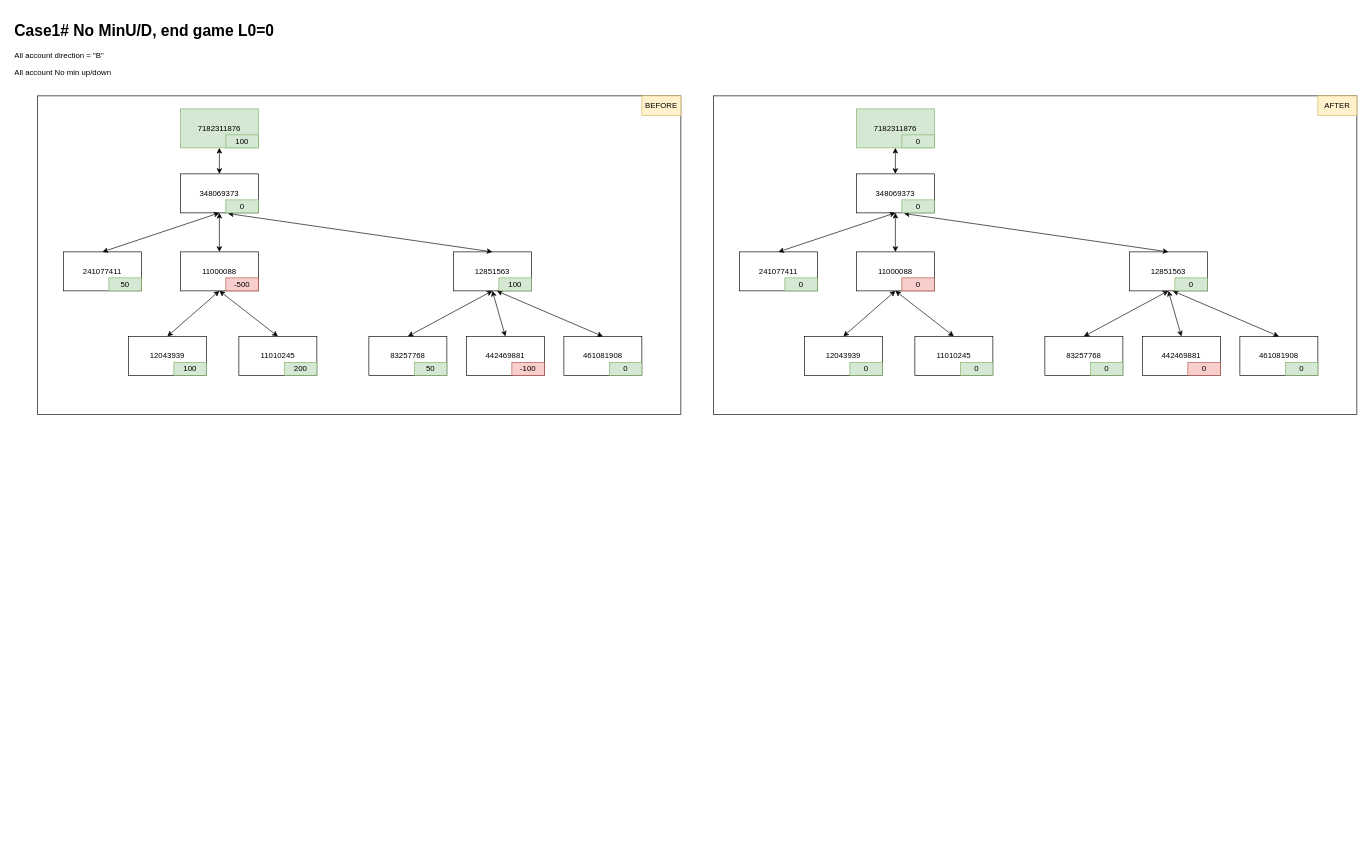
Before: page "Testing" (2 of 2) of PCBBIZ_SweepInvestment.drawio in chawaratr/drawio, a draw.io diagram. Source tidied: cells renumbered, new cells numbered last; positions are measured from the earlier drawing's top-left corner, leaving out a move shared by most shapes. Both pictures are drawn from the tidied source at 65%, with x=0, y=0 at pixel (11, 18).
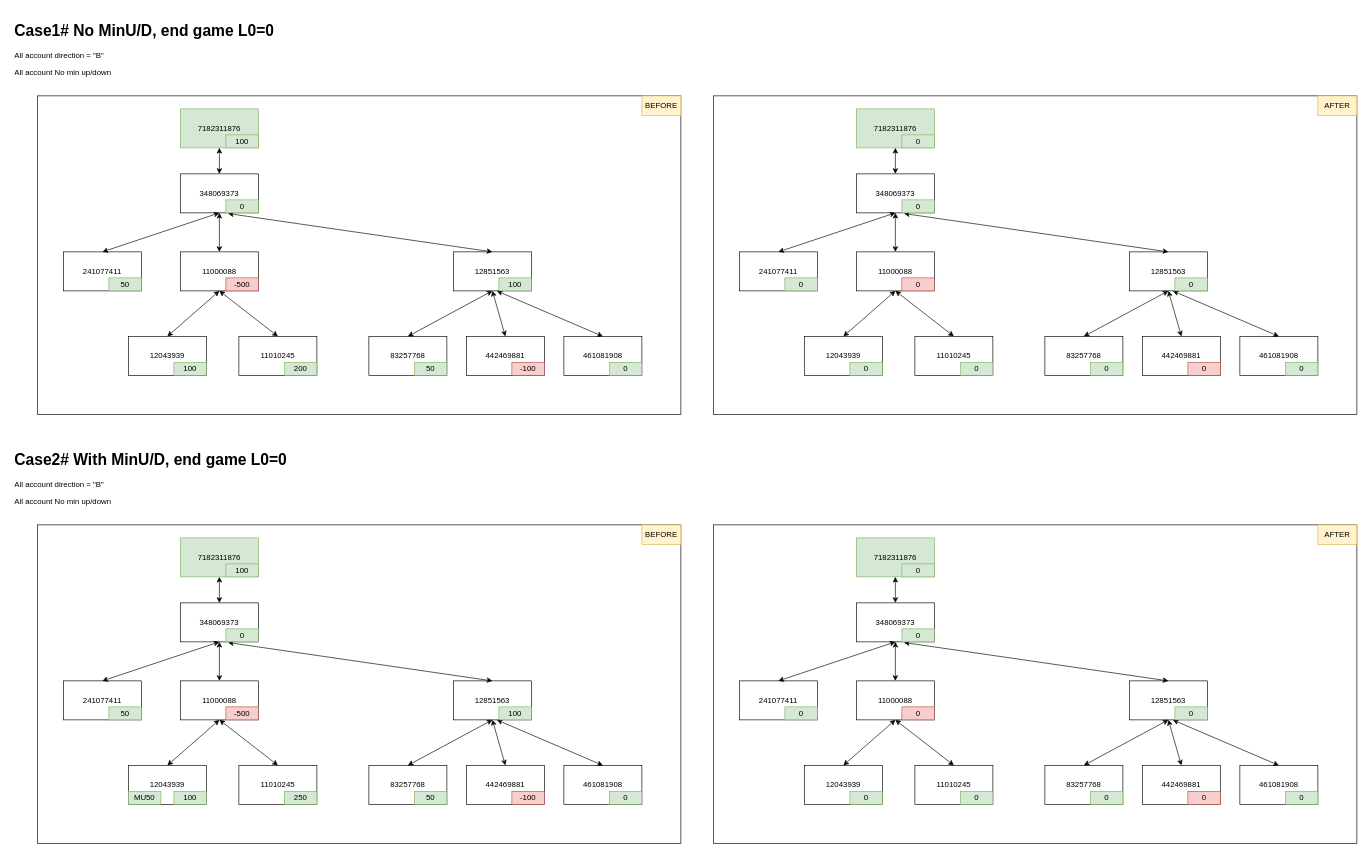
The same diagram, later.

Diff of the diagram source:
```diff
@@
+    <mxCell id="65" style="rounded=0;whiteSpace=wrap;html=1;horizontal=1;verticalAlign=middle;labelPosition=center;verticalLabelPosition=middle;align=center;" parent="1" vertex="1">
+      <mxGeometry x="40" y="780" width="990" height="490" as="geometry" />
+    </mxCell>
+    <mxCell id="66" value="7182311876" style="rounded=0;whiteSpace=wrap;html=1;fillColor=#d5e8d4;strokeColor=#82b366;" parent="1" vertex="1">
+      <mxGeometry x="260" y="800" width="120" height="60" as="geometry" />
+    </mxCell>
+    <mxCell id="67" value="348069373" style="rounded=0;whiteSpace=wrap;html=1;" parent="1" vertex="1">
+      <mxGeometry x="260" y="900" width="120" height="60" as="geometry" />
+    </mxCell>
+    <mxCell id="68" value="241077411" style="rounded=0;whiteSpace=wrap;html=1;" parent="1" vertex="1">
+      <mxGeometry x="80" y="1020" width="120" height="60" as="geometry" />
+    </mxCell>
+    <mxCell id="69" value="11000088" style="rounded=0;whiteSpace=wrap;html=1;" parent="1" vertex="1">
+      <mxGeometry x="260" y="1020" width="120" height="60" as="geometry" />
+    </mxCell>
+    <mxCell id="70" value="12851563" style="rounded=0;whiteSpace=wrap;html=1;" parent="1" vertex="1">
+      <mxGeometry x="680" y="1020" width="120" height="60" as="geometry" />
+    </mxCell>
+    <mxCell id="71" value="12043939" style="rounded=0;whiteSpace=wrap;html=1;" parent="1" vertex="1">
+      <mxGeometry x="180" y="1150" width="120" height="60" as="geometry" />
+    </mxCell>
+    <mxCell id="72" value="11010245" style="rounded=0;whiteSpace=wrap;html=1;" parent="1" vertex="1">
+      <mxGeometry x="350" y="1150" width="120" height="60" as="geometry" />
+    </mxCell>
+    <mxCell id="73" value="83257768" style="rounded=0;whiteSpace=wrap;html=1;" parent="1" vertex="1">
+      <mxGeometry x="550" y="1150" width="120" height="60" as="geometry" />
+    </mxCell>
+    <mxCell id="74" value="442469881" style="rounded=0;whiteSpace=wrap;html=1;" parent="1" vertex="1">
+      <mxGeometry x="700" y="1150" width="120" height="60" as="geometry" />
+    </mxCell>
+    <mxCell id="75" value="461081908" style="rounded=0;whiteSpace=wrap;html=1;" parent="1" vertex="1">
+      <mxGeometry x="850" y="1150" width="120" height="60" as="geometry" />
+    </mxCell>
+    <mxCell id="76" style="endArrow=classic;startArrow=classic;html=1;rounded=0;exitX=0.5;exitY=0;exitDx=0;exitDy=0;entryX=0.5;entryY=1;entryDx=0;entryDy=0;" parent="1" edge="1" target="69">
+      <mxGeometry relative="1" as="geometry">
+        <mxPoint x="240" y="1150" as="sourcePoint" />
+      </mxGeometry>
+    </mxCell>
+    <mxCell id="77" style="endArrow=classic;startArrow=classic;html=1;rounded=0;exitX=0.5;exitY=0;exitDx=0;exitDy=0;entryX=0.5;entryY=1;entryDx=0;entryDy=0;" parent="1" edge="1" source="72" target="69">
+      <mxGeometry relative="1" as="geometry" />
+    </mxCell>
+    <mxCell id="78" style="endArrow=classic;startArrow=classic;html=1;rounded=0;exitX=0.5;exitY=0;exitDx=0;exitDy=0;entryX=0.5;entryY=1;entryDx=0;entryDy=0;" parent="1" edge="1" source="68" target="67">
+      <mxGeometry relative="1" as="geometry" />
+    </mxCell>
+    <mxCell id="79" style="endArrow=classic;startArrow=classic;html=1;rounded=0;exitX=0.5;exitY=0;exitDx=0;exitDy=0;entryX=0.5;entryY=1;entryDx=0;entryDy=0;" parent="1" edge="1" source="69" target="67">
+      <mxGeometry relative="1" as="geometry" />
+    </mxCell>
+    <mxCell id="80" style="endArrow=classic;startArrow=classic;html=1;rounded=0;exitX=0.5;exitY=0;exitDx=0;exitDy=0;entryX=0.5;entryY=1;entryDx=0;entryDy=0;" parent="1" edge="1" source="73" target="70">
+      <mxGeometry relative="1" as="geometry" />
+    </mxCell>
+    <mxCell id="81" style="endArrow=classic;startArrow=classic;html=1;rounded=0;exitX=0.5;exitY=0;exitDx=0;exitDy=0;" parent="1" edge="1" source="74">
+      <mxGeometry relative="1" as="geometry">
+        <mxPoint x="740" y="1080" as="targetPoint" />
+      </mxGeometry>
+    </mxCell>
+    <mxCell id="82" style="endArrow=classic;startArrow=classic;html=1;rounded=0;exitX=0.5;exitY=0;exitDx=0;exitDy=0;entryX=0.558;entryY=1.002;entryDx=0;entryDy=0;entryPerimeter=0;" parent="1" edge="1" source="75" target="70">
+      <mxGeometry relative="1" as="geometry" />
+    </mxCell>
+    <mxCell id="83" style="endArrow=classic;startArrow=classic;html=1;rounded=0;exitX=0.611;exitY=1.017;exitDx=0;exitDy=0;entryX=0.5;entryY=0;entryDx=0;entryDy=0;exitPerimeter=0;" parent="1" edge="1" source="67" target="70">
+      <mxGeometry relative="1" as="geometry" />
+    </mxCell>
+    <mxCell id="84" style="endArrow=classic;startArrow=classic;html=1;rounded=0;exitX=0.5;exitY=1;exitDx=0;exitDy=0;" parent="1" edge="1" source="66" target="67">
+      <mxGeometry relative="1" as="geometry" />
+    </mxCell>
+    <mxCell id="85" value="50" style="text;html=1;strokeColor=#82b366;fillColor=#d5e8d4;align=center;verticalAlign=middle;whiteSpace=wrap;rounded=0;" parent="1" vertex="1">
+      <mxGeometry x="150" y="1060" width="50" height="20" as="geometry" />
+    </mxCell>
+    <mxCell id="86" value="100" style="text;html=1;strokeColor=#82b366;fillColor=#d5e8d4;align=center;verticalAlign=middle;whiteSpace=wrap;rounded=0;" parent="1" vertex="1">
+      <mxGeometry x="250" y="1190" width="50" height="20" as="geometry" />
+    </mxCell>
+    <mxCell id="87" value="-500" style="text;html=1;strokeColor=#b85450;fillColor=#f8cecc;align=center;verticalAlign=middle;whiteSpace=wrap;rounded=0;" parent="1" vertex="1">
+      <mxGeometry x="330" y="1060" width="50" height="20" as="geometry" />
+    </mxCell>
+    <mxCell id="88" value="250" style="text;html=1;strokeColor=#82b366;fillColor=#d5e8d4;align=center;verticalAlign=middle;whiteSpace=wrap;rounded=0;" parent="1" vertex="1">
+      <mxGeometry x="420" y="1190" width="50" height="20" as="geometry" />
+    </mxCell>
+    <mxCell id="89" value="50" style="text;html=1;strokeColor=#82b366;fillColor=#d5e8d4;align=center;verticalAlign=middle;whiteSpace=wrap;rounded=0;" parent="1" vertex="1">
+      <mxGeometry x="620" y="1190" width="50" height="20" as="geometry" />
+    </mxCell>
+    <mxCell id="90" value="100" style="text;html=1;strokeColor=#82b366;fillColor=#d5e8d4;align=center;verticalAlign=middle;whiteSpace=wrap;rounded=0;" parent="1" vertex="1">
+      <mxGeometry x="750" y="1060" width="50" height="20" as="geometry" />
+    </mxCell>
+    <mxCell id="91" value="-100" style="text;html=1;strokeColor=#b85450;fillColor=#f8cecc;align=center;verticalAlign=middle;whiteSpace=wrap;rounded=0;" parent="1" vertex="1">
+      <mxGeometry x="770" y="1190" width="50" height="20" as="geometry" />
+    </mxCell>
+    <mxCell id="92" value="0" style="text;html=1;strokeColor=#82b366;fillColor=#d5e8d4;align=center;verticalAlign=middle;whiteSpace=wrap;rounded=0;" parent="1" vertex="1">
+      <mxGeometry x="920" y="1190" width="50" height="20" as="geometry" />
+    </mxCell>
+    <mxCell id="93" value="0" style="text;html=1;strokeColor=#82b366;fillColor=#d5e8d4;align=center;verticalAlign=middle;whiteSpace=wrap;rounded=0;" parent="1" vertex="1">
+      <mxGeometry x="330" y="940" width="50" height="20" as="geometry" />
+    </mxCell>
+    <mxCell id="94" value="100" style="text;html=1;strokeColor=#82b366;fillColor=#d5e8d4;align=center;verticalAlign=middle;whiteSpace=wrap;rounded=0;" parent="1" vertex="1">
+      <mxGeometry x="330" y="840" width="50" height="20" as="geometry" />
+    </mxCell>
+    <mxCell id="95" value="&lt;h1&gt;Case2# With MinU/D, end game L0=0&lt;/h1&gt;&lt;p&gt;All account direction = &quot;B&quot;&lt;/p&gt;&lt;p&gt;All account No min up/down&lt;/p&gt;" style="text;html=1;strokeColor=none;fillColor=none;spacing=5;spacingTop=-20;whiteSpace=wrap;overflow=hidden;rounded=0;" parent="1" vertex="1">
+      <mxGeometry y="660" width="440" height="120" as="geometry" />
+    </mxCell>
+    <mxCell id="96" style="rounded=0;whiteSpace=wrap;html=1;" parent="1" vertex="1">
+      <mxGeometry x="1080" y="780" width="990" height="490" as="geometry" />
+    </mxCell>
+    <mxCell id="97" value="7182311876" style="rounded=0;whiteSpace=wrap;html=1;fillColor=#d5e8d4;strokeColor=#82b366;" parent="1" vertex="1">
+      <mxGeometry x="1300" y="800" width="120" height="60" as="geometry" />
+    </mxCell>
+    <mxCell id="98" value="348069373" style="rounded=0;whiteSpace=wrap;html=1;" parent="1" vertex="1">
+      <mxGeometry x="1300" y="900" width="120" height="60" as="geometry" />
+    </mxCell>
+    <mxCell id="99" value="241077411" style="rounded=0;whiteSpace=wrap;html=1;" parent="1" vertex="1">
+      <mxGeometry x="1120" y="1020" width="120" height="60" as="geometry" />
+    </mxCell>
+    <mxCell id="100" value="11000088" style="rounded=0;whiteSpace=wrap;html=1;" parent="1" vertex="1">
+      <mxGeometry x="1300" y="1020" width="120" height="60" as="geometry" />
+    </mxCell>
+    <mxCell id="101" value="12851563" style="rounded=0;whiteSpace=wrap;html=1;" parent="1" vertex="1">
+      <mxGeometry x="1720" y="1020" width="120" height="60" as="geometry" />
+    </mxCell>
+    <mxCell id="102" value="12043939" style="rounded=0;whiteSpace=wrap;html=1;" parent="1" vertex="1">
+      <mxGeometry x="1220" y="1150" width="120" height="60" as="geometry" />
+    </mxCell>
+    <mxCell id="103" value="11010245" style="rounded=0;whiteSpace=wrap;html=1;" parent="1" vertex="1">
+      <mxGeometry x="1390" y="1150" width="120" height="60" as="geometry" />
+    </mxCell>
+    <mxCell id="104" value="83257768" style="rounded=0;whiteSpace=wrap;html=1;" parent="1" vertex="1">
+      <mxGeometry x="1590" y="1150" width="120" height="60" as="geometry" />
+    </mxCell>
+    <mxCell id="105" value="442469881" style="rounded=0;whiteSpace=wrap;html=1;" parent="1" vertex="1">
+      <mxGeometry x="1740" y="1150" width="120" height="60" as="geometry" />
+    </mxCell>
+    <mxCell id="106" value="461081908" style="rounded=0;whiteSpace=wrap;html=1;" parent="1" vertex="1">
+      <mxGeometry x="1890" y="1150" width="120" height="60" as="geometry" />
+    </mxCell>
+    <mxCell id="107" style="endArrow=classic;startArrow=classic;html=1;rounded=0;exitX=0.5;exitY=0;exitDx=0;exitDy=0;entryX=0.5;entryY=1;entryDx=0;entryDy=0;" parent="1" edge="1" target="100">
+      <mxGeometry relative="1" as="geometry">
+        <mxPoint x="1280" y="1150" as="sourcePoint" />
+      </mxGeometry>
+    </mxCell>
+    <mxCell id="108" style="endArrow=classic;startArrow=classic;html=1;rounded=0;exitX=0.5;exitY=0;exitDx=0;exitDy=0;entryX=0.5;entryY=1;entryDx=0;entryDy=0;" parent="1" edge="1" source="103" target="100">
+      <mxGeometry relative="1" as="geometry" />
+    </mxCell>
+    <mxCell id="109" style="endArrow=classic;startArrow=classic;html=1;rounded=0;exitX=0.5;exitY=0;exitDx=0;exitDy=0;entryX=0.5;entryY=1;entryDx=0;entryDy=0;" parent="1" edge="1" source="99" target="98">
+      <mxGeometry relative="1" as="geometry" />
+    </mxCell>
+    <mxCell id="110" style="endArrow=classic;startArrow=classic;html=1;rounded=0;exitX=0.5;exitY=0;exitDx=0;exitDy=0;entryX=0.5;entryY=1;entryDx=0;entryDy=0;" parent="1" edge="1" source="100" target="98">
+      <mxGeometry relative="1" as="geometry" />
+    </mxCell>
+    <mxCell id="111" style="endArrow=classic;startArrow=classic;html=1;rounded=0;exitX=0.5;exitY=0;exitDx=0;exitDy=0;entryX=0.5;entryY=1;entryDx=0;entryDy=0;" parent="1" edge="1" source="104" target="101">
+      <mxGeometry relative="1" as="geometry" />
+    </mxCell>
+    <mxCell id="112" style="endArrow=classic;startArrow=classic;html=1;rounded=0;exitX=0.5;exitY=0;exitDx=0;exitDy=0;" parent="1" edge="1" source="105">
+      <mxGeometry relative="1" as="geometry">
+        <mxPoint x="1780" y="1080" as="targetPoint" />
+      </mxGeometry>
+    </mxCell>
+    <mxCell id="113" style="endArrow=classic;startArrow=classic;html=1;rounded=0;exitX=0.5;exitY=0;exitDx=0;exitDy=0;entryX=0.558;entryY=1.002;entryDx=0;entryDy=0;entryPerimeter=0;" parent="1" edge="1" source="106" target="101">
+      <mxGeometry relative="1" as="geometry" />
+    </mxCell>
+    <mxCell id="114" style="endArrow=classic;startArrow=classic;html=1;rounded=0;exitX=0.611;exitY=1.017;exitDx=0;exitDy=0;entryX=0.5;entryY=0;entryDx=0;entryDy=0;exitPerimeter=0;" parent="1" edge="1" source="98" target="101">
+      <mxGeometry relative="1" as="geometry" />
+    </mxCell>
+    <mxCell id="115" style="endArrow=classic;startArrow=classic;html=1;rounded=0;exitX=0.5;exitY=1;exitDx=0;exitDy=0;" parent="1" edge="1" source="97" target="98">
+      <mxGeometry relative="1" as="geometry" />
+    </mxCell>
+    <mxCell id="116" value="0" style="text;html=1;strokeColor=#82b366;fillColor=#d5e8d4;align=center;verticalAlign=middle;whiteSpace=wrap;rounded=0;" parent="1" vertex="1">
+      <mxGeometry x="1190" y="1060" width="50" height="20" as="geometry" />
+    </mxCell>
+    <mxCell id="117" value="0" style="text;html=1;strokeColor=#82b366;fillColor=#d5e8d4;align=center;verticalAlign=middle;whiteSpace=wrap;rounded=0;" parent="1" vertex="1">
+      <mxGeometry x="1290" y="1190" width="50" height="20" as="geometry" />
+    </mxCell>
+    <mxCell id="118" value="0" style="text;html=1;strokeColor=#b85450;fillColor=#f8cecc;align=center;verticalAlign=middle;whiteSpace=wrap;rounded=0;" parent="1" vertex="1">
+      <mxGeometry x="1370" y="1060" width="50" height="20" as="geometry" />
+    </mxCell>
+    <mxCell id="119" value="0" style="text;html=1;strokeColor=#82b366;fillColor=#d5e8d4;align=center;verticalAlign=middle;whiteSpace=wrap;rounded=0;" parent="1" vertex="1">
+      <mxGeometry x="1460" y="1190" width="50" height="20" as="geometry" />
+    </mxCell>
+    <mxCell id="120" value="0" style="text;html=1;strokeColor=#82b366;fillColor=#d5e8d4;align=center;verticalAlign=middle;whiteSpace=wrap;rounded=0;" parent="1" vertex="1">
+      <mxGeometry x="1660" y="1190" width="50" height="20" as="geometry" />
+    </mxCell>
+    <mxCell id="121" value="0" style="text;html=1;strokeColor=#82b366;fillColor=#d5e8d4;align=center;verticalAlign=middle;whiteSpace=wrap;rounded=0;" parent="1" vertex="1">
+      <mxGeometry x="1790" y="1060" width="50" height="20" as="geometry" />
+    </mxCell>
+    <mxCell id="122" value="0" style="text;html=1;strokeColor=#b85450;fillColor=#f8cecc;align=center;verticalAlign=middle;whiteSpace=wrap;rounded=0;" parent="1" vertex="1">
+      <mxGeometry x="1810" y="1190" width="50" height="20" as="geometry" />
+    </mxCell>
+    <mxCell id="123" value="0" style="text;html=1;strokeColor=#82b366;fillColor=#d5e8d4;align=center;verticalAlign=middle;whiteSpace=wrap;rounded=0;" parent="1" vertex="1">
+      <mxGeometry x="1960" y="1190" width="50" height="20" as="geometry" />
+    </mxCell>
+    <mxCell id="124" value="0" style="text;html=1;strokeColor=#82b366;fillColor=#d5e8d4;align=center;verticalAlign=middle;whiteSpace=wrap;rounded=0;" parent="1" vertex="1">
+      <mxGeometry x="1370" y="940" width="50" height="20" as="geometry" />
+    </mxCell>
+    <mxCell id="125" value="0" style="text;html=1;strokeColor=#82b366;fillColor=#d5e8d4;align=center;verticalAlign=middle;whiteSpace=wrap;rounded=0;" parent="1" vertex="1">
+      <mxGeometry x="1370" y="840" width="50" height="20" as="geometry" />
+    </mxCell>
+    <mxCell id="126" value="BEFORE" style="text;html=1;strokeColor=#d6b656;fillColor=#fff2cc;align=center;verticalAlign=middle;whiteSpace=wrap;rounded=0;" parent="1" vertex="1">
+      <mxGeometry x="970" y="780" width="60" height="30" as="geometry" />
+    </mxCell>
+    <mxCell id="127" value="AFTER" style="text;html=1;strokeColor=#d6b656;fillColor=#fff2cc;align=center;verticalAlign=middle;whiteSpace=wrap;rounded=0;" parent="1" vertex="1">
+      <mxGeometry x="2010" y="780" width="60" height="30" as="geometry" />
+    </mxCell>
+    <mxCell id="128" value="MU50" style="text;html=1;strokeColor=#82b366;fillColor=#d5e8d4;align=center;verticalAlign=middle;whiteSpace=wrap;rounded=0;" parent="1" vertex="1">
+      <mxGeometry x="180" y="1190" width="50" height="20" as="geometry" />
+    </mxCell>
```
